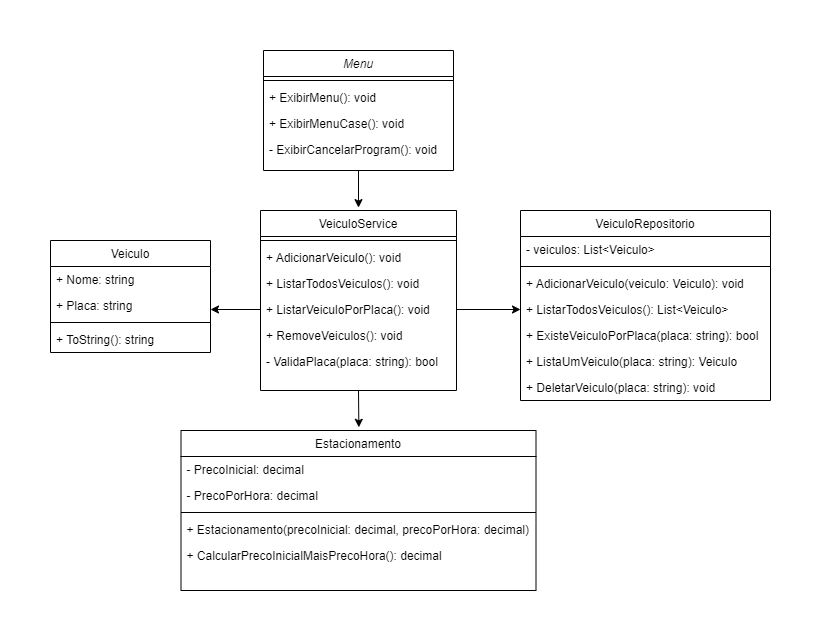
This is image/diagramaClasse.drawio.png from digitalinnovationone/trilha-net-fundamentos-desafio, a draw.io export, as it was before one commit. Source tidied: cells renumbered, new cells last; positions are measured from the earlier drawing's top-left corner, leaving out a move shared by most shapes.
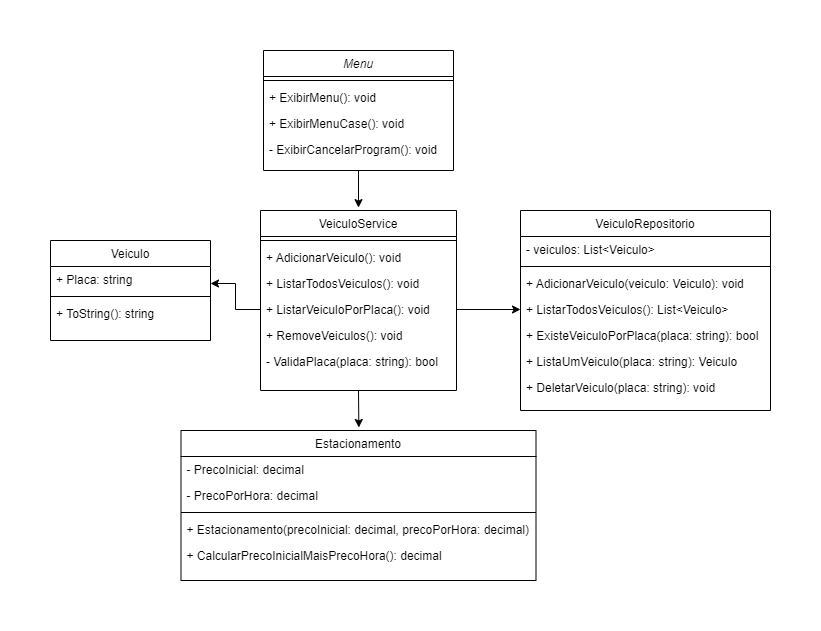
Above is the later version.

Commit message:
diagrama de classe update

What changed in the source:
```diff
@@ -18,22 +18,19 @@
       <mxGeometry y="86" width="190" height="26" as="geometry" />
     </mxCell>
     <mxCell id="7" value="Veiculo" style="swimlane;fontStyle=0;align=center;verticalAlign=top;horizontal=1;startSize=26;rounded=0;shadow=0;strokeWidth=1;" parent="1" vertex="1">
-      <mxGeometry y="190" width="160" height="112" as="geometry" />
+      <mxGeometry y="190" width="160" height="100" as="geometry" />
     </mxCell>
-    <mxCell id="8" value="+ Nome: string" style="text;align=left;verticalAlign=top;spacingLeft=4;spacingRight=4;overflow=hidden;" parent="7" vertex="1">
-      <mxGeometry y="26" width="160" height="26" as="geometry" />
-    </mxCell>
     <mxCell id="9" value="+ Placa: string" style="text;align=left;verticalAlign=top;spacingLeft=4;spacingRight=4;overflow=hidden;points=[[0,0.5],[1,0.5]];portConstraint=eastwest;" parent="7" vertex="1">
-      <mxGeometry y="52" width="160" height="26" as="geometry" />
+      <mxGeometry y="26" width="160" height="26" as="geometry" />
     </mxCell>
     <mxCell id="10" style="line;html=1;strokeWidth=1;align=left;verticalAlign=middle;spacingTop=-1;spacingLeft=3;spacingRight=3;labelPosition=right;" parent="7" vertex="1">
-      <mxGeometry y="78" width="160" height="8" as="geometry" />
+      <mxGeometry y="52" width="160" height="8" as="geometry" />
     </mxCell>
     <mxCell id="11" value="+ ToString(): string" style="text;align=left;verticalAlign=top;spacingLeft=4;spacingRight=4;overflow=hidden;" parent="7" vertex="1">
-      <mxGeometry y="86" width="160" height="26" as="geometry" />
+      <mxGeometry y="60" width="160" height="26" as="geometry" />
     </mxCell>
     <mxCell id="12" value="VeiculoRepositorio" style="swimlane;fontStyle=0;align=center;verticalAlign=top;horizontal=1;startSize=26;rounded=0;shadow=0;strokeWidth=1;" parent="1" vertex="1">
-      <mxGeometry x="470" y="160" width="250" height="190" as="geometry" />
+      <mxGeometry x="470" y="160" width="250" height="200" as="geometry" />
     </mxCell>
     <mxCell id="13" value=" - veiculos: List&lt;Veiculo&gt;" style="text;align=left;verticalAlign=top;spacingLeft=4;spacingRight=4;overflow=hidden;" parent="12" vertex="1">
       <mxGeometry y="26" width="250" height="26" as="geometry" />
@@ -78,7 +75,7 @@
       <mxGeometry y="138" width="196" height="26" as="geometry" />
     </mxCell>
     <mxCell id="27" value="Estacionamento" style="swimlane;fontStyle=0;align=center;verticalAlign=top;horizontal=1;startSize=26;rounded=0;shadow=0;strokeWidth=1;" parent="1" vertex="1">
-      <mxGeometry x="130.5" y="380" width="355" height="160" as="geometry" />
+      <mxGeometry x="130.5" y="380" width="355" height="150" as="geometry" />
     </mxCell>
     <mxCell id="28" value="- PrecoInicial: decimal" style="text;align=left;verticalAlign=top;spacingLeft=4;spacingRight=4;overflow=hidden;" parent="27" vertex="1">
       <mxGeometry y="26" width="355" height="26" as="geometry" />
```
